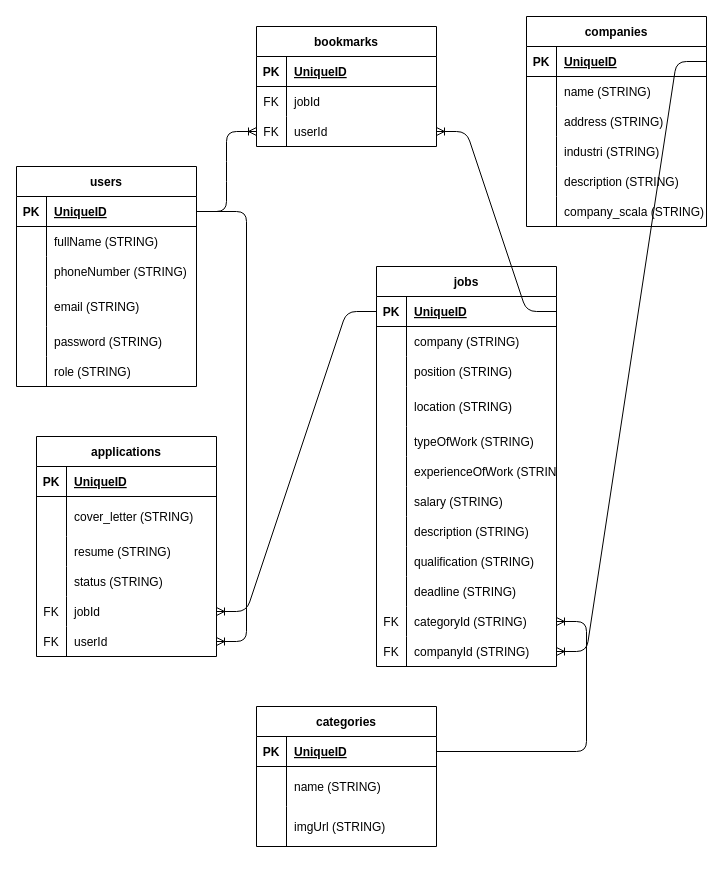
This is server/erd.drawio from tasyaangesti/job-seeker, a draw.io file, before an edit. Source tidied: cells renumbered, new cells numbered last; positions are measured from the earlier drawing's top-left corner, leaving out a move shared by most shapes. Both pictures are drawn from the tidied source at 100%, with x=0, y=0 at pixel (16, 16).
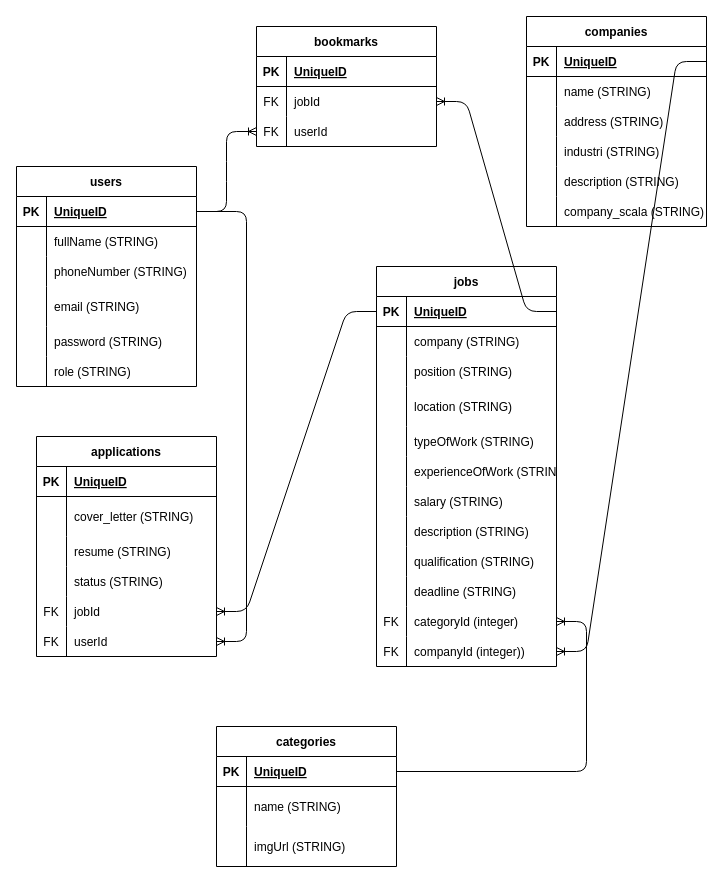
Above is the later version.

The change refers to these unchanged cells:
```xml
<mxCell id="22" style="shape=tableRow;horizontal=0;startSize=0;swimlaneHead=0;swimlaneBody=0;fillColor=none;points=[[0,0.5],[1,0.5]];portConstraint=eastwest;top=0;left=0;right=0;bottom=1;" parent="21" vertex="1">
  <mxGeometry y="30" width="180" height="30" as="geometry" />
</mxCell>
<mxCell id="52" style="shape=tableRow;horizontal=0;startSize=0;swimlaneHead=0;swimlaneBody=0;fillColor=none;points=[[0,0.5],[1,0.5]];portConstraint=eastwest;top=0;left=0;right=0;bottom=0;" parent="21" vertex="1">
  <mxGeometry y="340" width="180" height="30" as="geometry" />
</mxCell>
<mxCell id="55" style="shape=tableRow;horizontal=0;startSize=0;swimlaneHead=0;swimlaneBody=0;fillColor=none;points=[[0,0.5],[1,0.5]];portConstraint=eastwest;top=0;left=0;right=0;bottom=0;" parent="21" vertex="1">
  <mxGeometry y="370" width="180" height="30" as="geometry" />
</mxCell>
<mxCell id="94" style="shape=tableRow;horizontal=0;startSize=0;swimlaneHead=0;swimlaneBody=0;fillColor=none;points=[[0,0.5],[1,0.5]];portConstraint=eastwest;top=0;left=0;right=0;bottom=0;" parent="90" vertex="1">
  <mxGeometry y="60" width="180" height="30" as="geometry" />
</mxCell>
<mxCell id="97" style="shape=tableRow;horizontal=0;startSize=0;swimlaneHead=0;swimlaneBody=0;fillColor=none;points=[[0,0.5],[1,0.5]];portConstraint=eastwest;top=0;left=0;right=0;bottom=0;" parent="90" vertex="1">
  <mxGeometry y="90" width="180" height="30" as="geometry" />
</mxCell>
```

What changed in the source:
```diff
@@
-    <mxCell id="54" value="categoryId (STRING)" style="shape=partialRectangle;fillColor=none;top=0;left=0;bottom=0;right=0;align=left;spacingLeft=6;overflow=hidden;" parent="52" vertex="1">
+    <mxCell id="54" value="categoryId (integer)" style="shape=partialRectangle;fillColor=none;top=0;left=0;bottom=0;right=0;align=left;spacingLeft=6;overflow=hidden;" parent="52" vertex="1">
       <mxGeometry x="30" width="150" height="30" as="geometry" />
     </mxCell>
@@
-    <mxCell id="57" value="companyId (STRING)" style="shape=partialRectangle;fillColor=none;top=0;left=0;bottom=0;right=0;align=left;spacingLeft=6;overflow=hidden;" parent="55" vertex="1">
+    <mxCell id="57" value="companyId (integer))" style="shape=partialRectangle;fillColor=none;top=0;left=0;bottom=0;right=0;align=left;spacingLeft=6;overflow=hidden;" parent="55" vertex="1">
       <mxGeometry x="30" width="150" height="30" as="geometry" />
     </mxCell>
@@
     <mxCell id="77" value="categories" style="shape=table;startSize=30;childLayout=tableLayout;rowLines=0;fontStyle=1;align=center;" parent="1" vertex="1">
-      <mxGeometry x="240" y="690" width="180" height="140" as="geometry" />
+      <mxGeometry x="200" y="710" width="180" height="140" as="geometry" />
     </mxCell>
@@
-    <mxCell id="101" style="edgeStyle=entityRelationEdgeStyle;fontSize=12;html=1;endArrow=ERoneToMany;entryX=1;entryY=0.5;entryDx=0;entryDy=0;exitX=1;exitY=0.5;exitDx=0;exitDy=0;" parent="1" edge="1" source="22" target="97">
+    <mxCell id="101" style="edgeStyle=entityRelationEdgeStyle;fontSize=12;html=1;endArrow=ERoneToMany;entryX=1;entryY=0.5;entryDx=0;entryDy=0;exitX=1;exitY=0.5;exitDx=0;exitDy=0;" parent="1" edge="1" source="22" target="94">
       <mxGeometry relative="1" as="geometry" />
     </mxCell>
```
